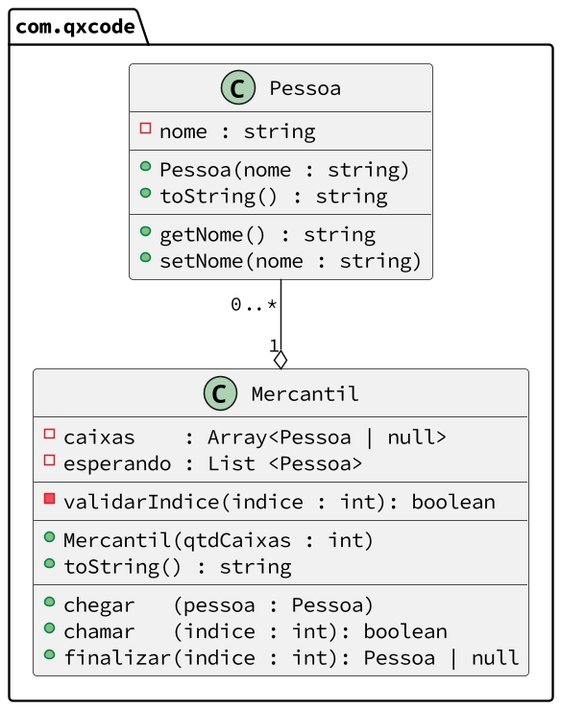
This is base/037/diagrama.png from qxcodepoo/arcade, a PlantUML export, as it was before one commit. Its diagram source:
```plantuml
@startuml diagrama

skinparam defaultFontName Hasklig
skinparam dpi 150

package com.qxcode {
  class Pessoa {
    - nome : string
    __
    + Pessoa(nome : string)
    + toString() : string
    __
    + getNome() : string
    + setNome(nome : string)
  }

  class Mercantil {
    - caixas    : Array<Pessoa | null>
    - esperando : List <Pessoa>
    __
    - validarIndice(indice : int): boolean
    __
    + Mercantil(qtdCaixas : int)
    + toString() : string
    __
    + chegar   (pessoa : Pessoa)
    + chamar   (indice : int): boolean
    + finalizar(indice : int): Pessoa | null
  }
}
Pessoa "0..*" --o  "1" Mercantil
@enduml
```
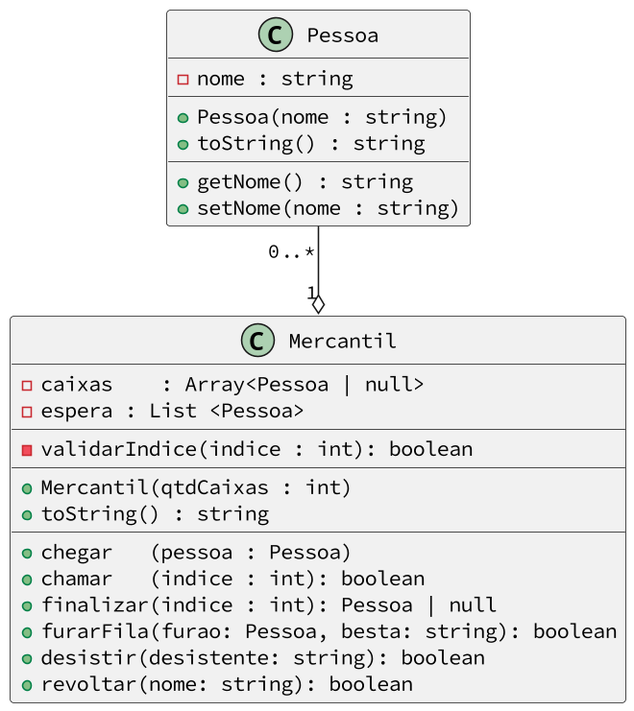
The same file after the commit.

The edit, as a diff of the source:
```diff
@@ -1,32 +1,30 @@
-@startuml diagrama
-
+@startuml
 skinparam defaultFontName Hasklig
 skinparam dpi 150
-
-package com.qxcode {
-  class Pessoa {
-    - nome : string
-    __
-    + Pessoa(nome : string)
-    + toString() : string
-    __
-    + getNome() : string
-    + setNome(nome : string)
-  }
-
-  class Mercantil {
-    - caixas    : Array<Pessoa | null>
-    - esperando : List <Pessoa>
-    __
-    - validarIndice(indice : int): boolean
-    __
-    + Mercantil(qtdCaixas : int)
-    + toString() : string
-    __
-    + chegar   (pessoa : Pessoa)
-    + chamar   (indice : int): boolean
-    + finalizar(indice : int): Pessoa | null
-  }
+class Pessoa {
+  - nome : string
+  __
+  + Pessoa(nome : string)
+  + toString() : string
+  __
+  + getNome() : string
+  + setNome(nome : string)
+}
+class Mercantil {
+  - caixas    : Array<Pessoa | null>
+  - espera : List <Pessoa>
+  __
+  - validarIndice(indice : int): boolean
+  __
+  + Mercantil(qtdCaixas : int)
+  + toString() : string
+  __
+  + chegar   (pessoa : Pessoa)
+  + chamar   (indice : int): boolean
+  + finalizar(indice : int): Pessoa | null
+  + furarFila(furao: Pessoa, besta: string): boolean
+  + desistir(desistente: string): boolean
+  + revoltar(nome: string): boolean
 }
 Pessoa "0..*" --o  "1" Mercantil
 @enduml
```
